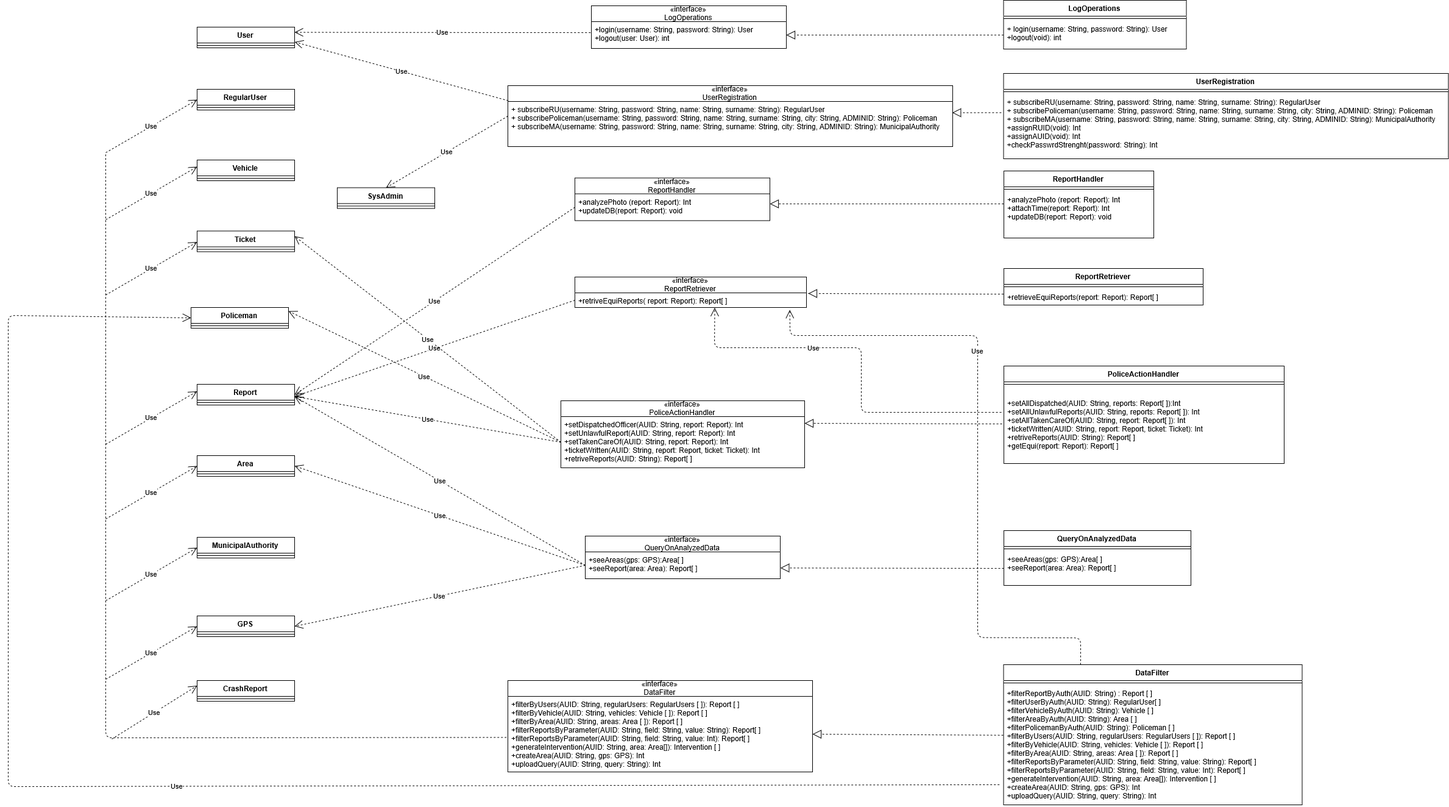
This is DD/Images/component_class_relation.png from fafrullo2/PanzeriPeruginiPipita, a draw.io export, as it was before one commit. Source tidied: cells renumbered, new cells last; positions are measured from the earlier drawing's top-left corner, leaving out a move shared by most shapes.
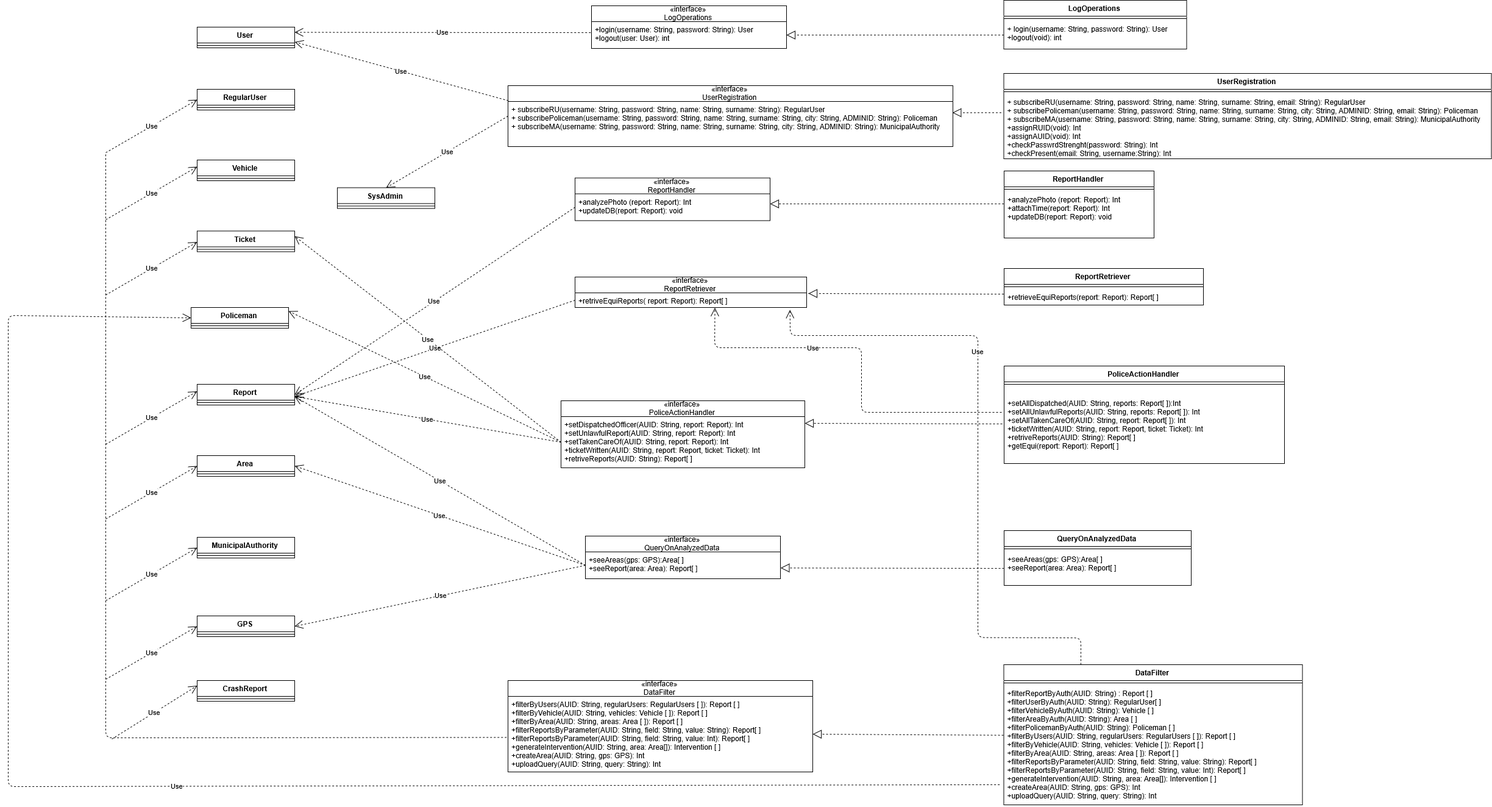
After the commit.

The edit, as a diff of the source:
```diff
@@ -30,13 +30,13 @@
       <mxGeometry y="26" width="160" height="8" as="geometry" />
     </mxCell>
     <mxCell id="11" value="UserRegistration" style="swimlane;fontStyle=1;align=center;verticalAlign=top;horizontal=1;startSize=26;" parent="1" vertex="1">
-      <mxGeometry x="1633.5" y="120" width="730" height="140" as="geometry" />
+      <mxGeometry x="1633.5" y="120" width="800" height="140" as="geometry" />
     </mxCell>
     <mxCell id="12" style="line;strokeWidth=1;fillColor=none;align=left;verticalAlign=middle;spacingTop=-1;spacingLeft=3;spacingRight=3;labelPosition=right;" parent="11" vertex="1">
-      <mxGeometry y="26" width="730" height="8" as="geometry" />
+      <mxGeometry y="26" width="800" height="8" as="geometry" />
     </mxCell>
-    <mxCell id="13" value="+ subscribeRU(username: String, password: String, name: String, surname: String): RegularUser&#10;+ subscribePoliceman(username: String, password: String, name: String, surname: String, city: String, ADMINID: String): Policeman&#10;+ subscribeMA(username: String, password: String, name: String, surname: String, city: String, ADMINID: String): MunicipalAuthority&#10;+assignRUID(void): Int&#10;+assignAUID(void): Int&#10;+checkPasswrdStrenght(password: String): Int" style="text;strokeColor=none;fillColor=none;align=left;verticalAlign=top;spacingLeft=4;spacingRight=4;overflow=hidden;points=[[0,0.5],[1,0.5]];portConstraint=eastwest;" parent="11" vertex="1">
-      <mxGeometry y="34" width="730" height="106" as="geometry" />
+    <mxCell id="13" value="+ subscribeRU(username: String, password: String, name: String, surname: String, email: String): RegularUser&#10;+ subscribePoliceman(username: String, password: String, name: String, surname: String, city: String, ADMINID: String, email: String): Policeman&#10;+ subscribeMA(username: String, password: String, name: String, surname: String, city: String, ADMINID: String, email: String): MunicipalAuthority&#10;+assignRUID(void): Int&#10;+assignAUID(void): Int&#10;+checkPasswrdStrenght(password: String): Int&#10;+checkPresent(email: String, username:String): Int" style="text;strokeColor=none;fillColor=none;align=left;verticalAlign=top;spacingLeft=4;spacingRight=4;overflow=hidden;points=[[0,0.5],[1,0.5]];portConstraint=eastwest;" parent="11" vertex="1">
+      <mxGeometry y="34" width="800" height="106" as="geometry" />
     </mxCell>
     <mxCell id="14" value="«interface»&#10;UserRegistration" style="swimlane;fontStyle=0;horizontal=1;startSize=26;fillColor=none;" parent="1" vertex="1">
       <mxGeometry x="820" y="140" width="730" height="100" as="geometry" />
```
